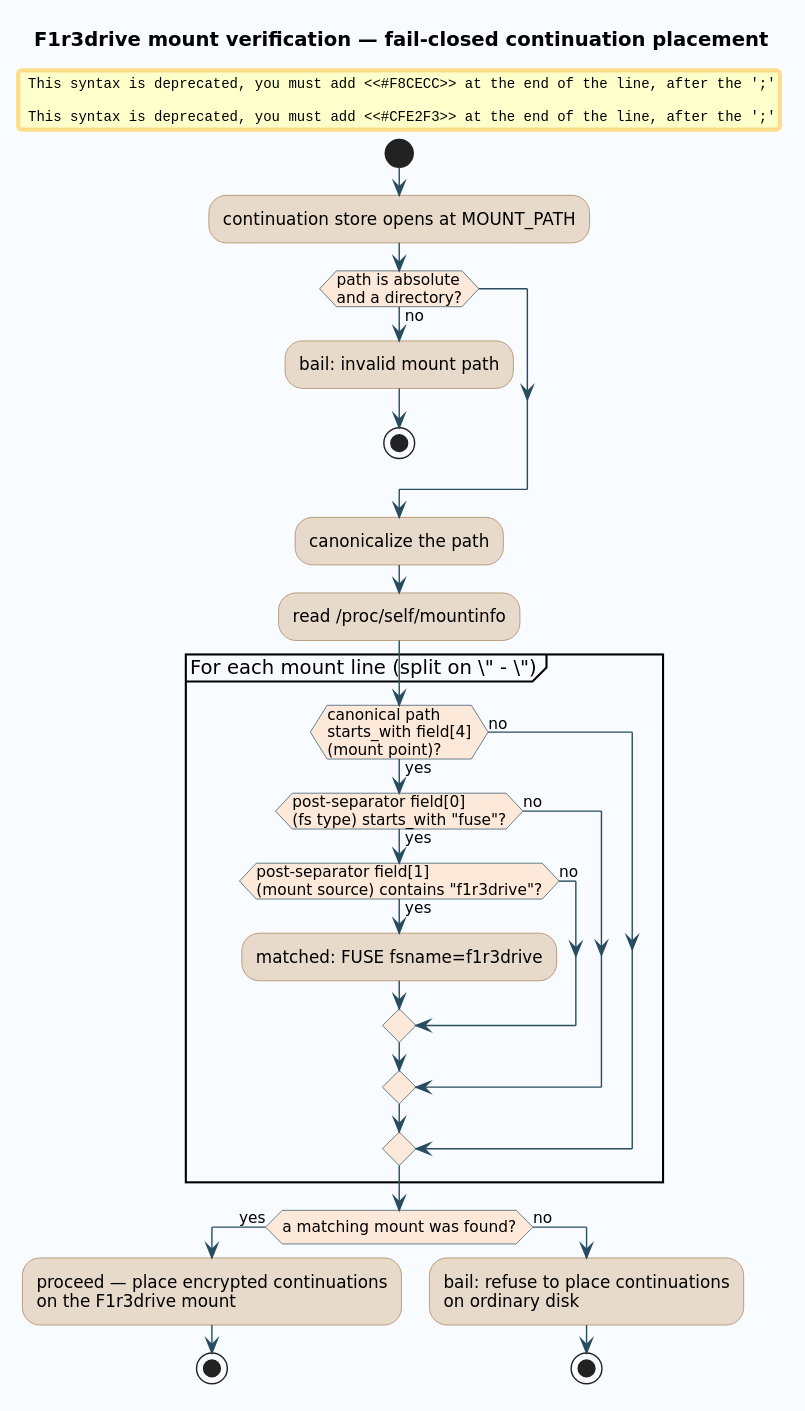
The PlantUML diagram docs/diagrams/45-f1r3drive-mount.svg in F1R3FLY-io/embers, before a commit.
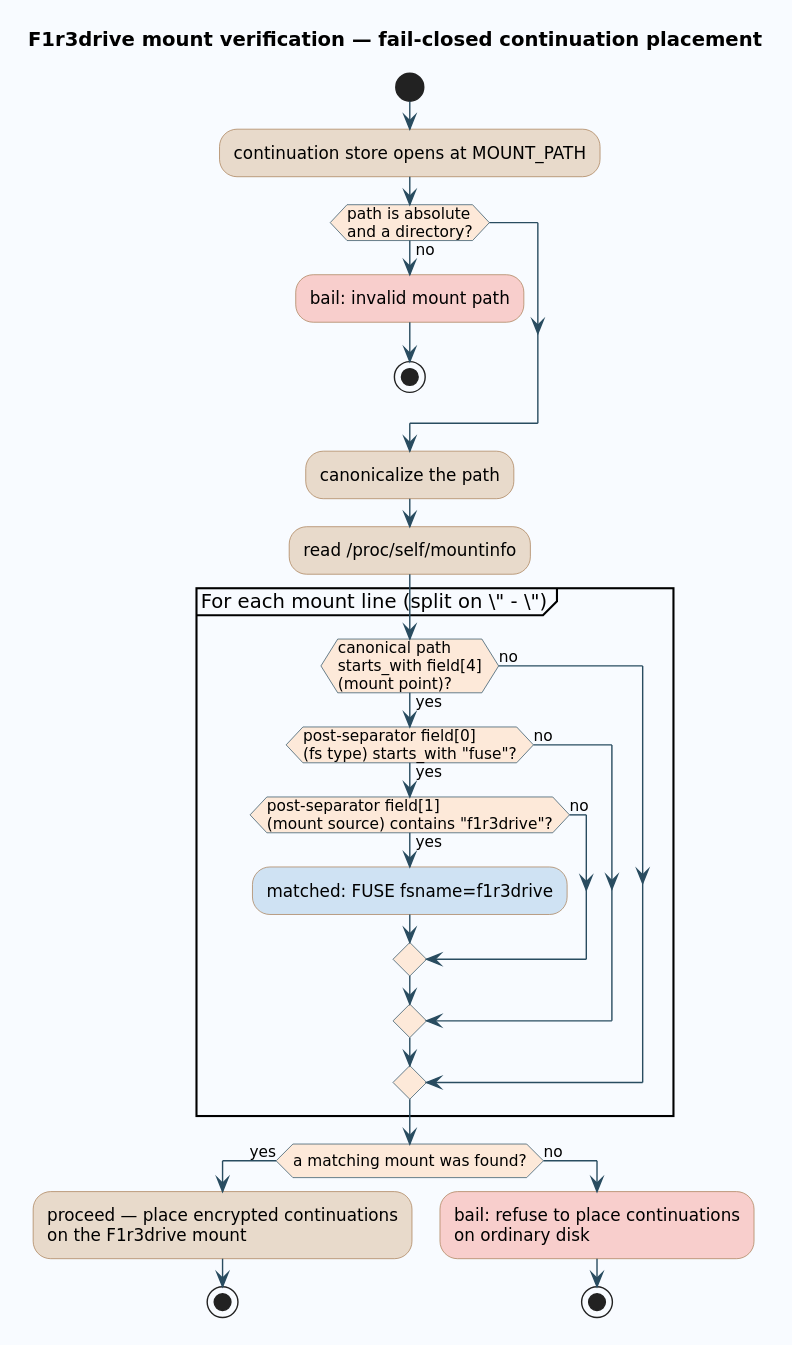
Later version of the same file.

What changed in the source:
```diff
@@ -15,7 +15,7 @@
 start
 :continuation store opens at MOUNT_PATH;
 if (path is absolute\nand a directory?) then (no)
-  #F8CECC:bail: invalid mount path;
+  :bail: invalid mount path;<<#F8CECC>>
   stop
 endif
 :canonicalize the path;
@@ -24,7 +24,7 @@
   if (canonical path\nstarts_with field[4]\n(mount point)?) then (yes)
     if (post-separator field[0]\n(fs type) starts_with "fuse"?) then (yes)
       if (post-separator field[1]\n(mount source) contains "f1r3drive"?) then (yes)
-        #CFE2F3:matched: FUSE fsname=f1r3drive;
+        :matched: FUSE fsname=f1r3drive;<<#CFE2F3>>
       else (no)
       endif
     else (no)
@@ -36,7 +36,7 @@
   :proceed — place encrypted continuations\non the F1r3drive mount;
   stop
 else (no)
-  #F8CECC:bail: refuse to place continuations\non ordinary disk;
+  :bail: refuse to place continuations\non ordinary disk;<<#F8CECC>>
   stop
 endif
 @enduml
```
